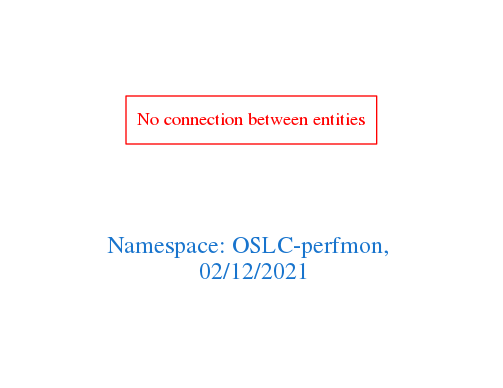
Earlier version of the Graphviz export downloads/OSLC-perfmon.png (arago/OGIT). Its source is kept beside it as downloads/OSLC-perfmon.dot.
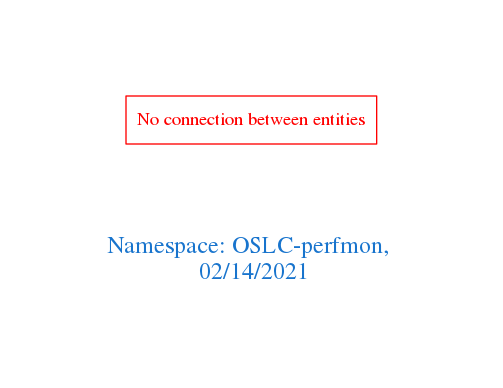
Above is the later version.

The edit, as a diff of the source:
```diff
@@ -1,7 +1,7 @@
 digraph OGIT_ontology {
  graph [ rankdir= LR,pad=1
 fontsize = 18,
-fontcolor= dodgerblue3,label = "\n\n\nNamespace: OSLC-perfmon, \n 02/12/2021"];
+fontcolor= dodgerblue3,label = "\n\n\nNamespace: OSLC-perfmon, \n 02/14/2021"];
 node[shape=polygon];
 edge [  color="gray81"];
 
```
